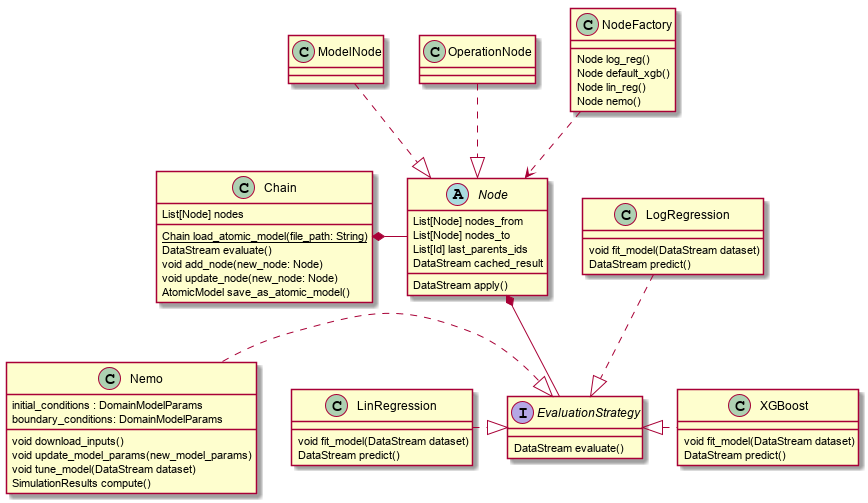
Above: design/figures/nodes.png in aimclub/FEDOT (PlantUML), before the change.
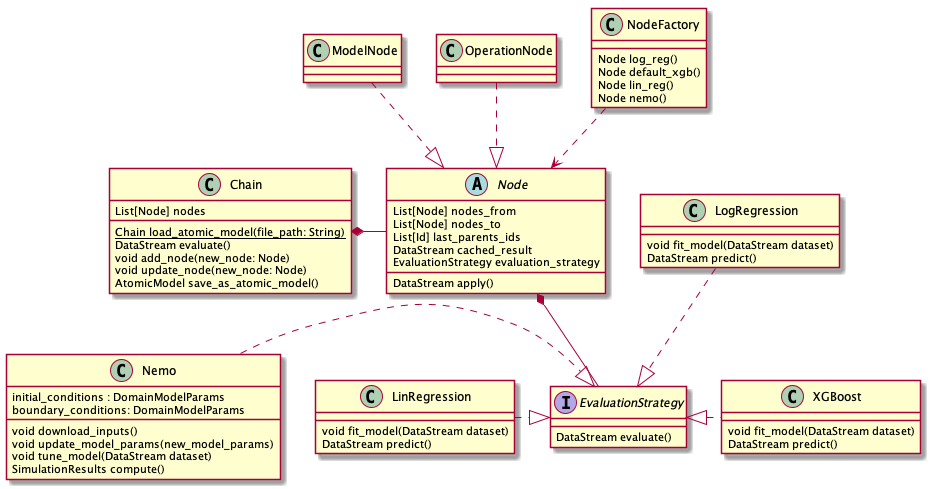
After the commit.

What changed in the source:
```diff
@@ -14,6 +14,7 @@
     List[Node] nodes_to
     List[Id] last_parents_ids
     DataStream cached_result
+    EvaluationStrategy evaluation_strategy
 
     DataStream apply()
 }
```
